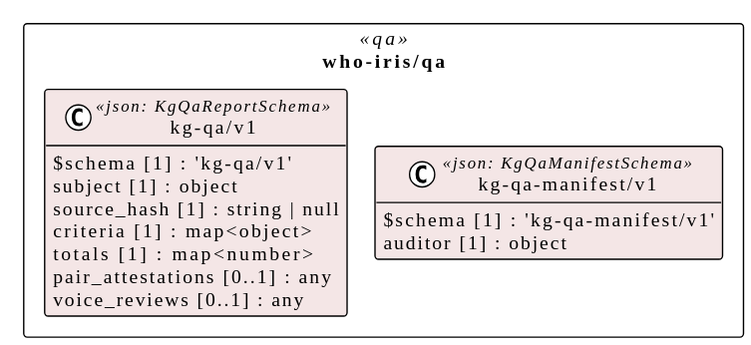
Above: assets/img/uml/overview/who-iris/qa.svg in litlfred/smart-trust (PlantUML), before the change. The source it was exported from:
```plantuml
@startuml
!pragma layout elk
!theme plain
skinparam classAttributeIconSize 0
skinparam shadowing false
skinparam packageStyle rectangle
hide empty methods

package "who-iris/qa" as pkg_who_iris_qa <<qa>> {
  class "kg-qa/v1" as who_iris_qa_kg_qa_v1_kg_qa_v1 <<json: KgQaReportSchema>> #f4e6e6 {
    $schema [1] : 'kg-qa/v1'
    subject [1] : object
    source_hash [1] : string | null
    criteria [1] : map<object>
    totals [1] : map<number>
    pair_attestations [0..1] : any
    voice_reviews [0..1] : any
  }
  class "kg-qa-manifest/v1" as who_iris_qa_kg_qa_manifest_v1_kg_qa_manifest_v1 <<json: KgQaManifestSchema>> #f4e6e6 {
    $schema [1] : 'kg-qa-manifest/v1'
    auditor [1] : object
  }
}
@enduml
```
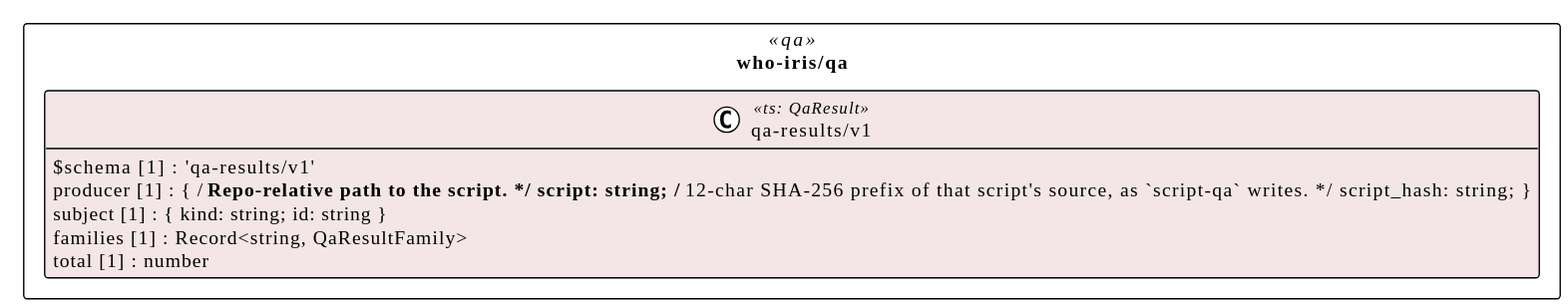
After the change.

Diff of the diagram source:
```diff
@@ -7,18 +7,12 @@
 hide empty methods
 
 package "who-iris/qa" as pkg_who_iris_qa <<qa>> {
-  class "kg-qa/v1" as who_iris_qa_kg_qa_v1_kg_qa_v1 <<json: KgQaReportSchema>> #f4e6e6 {
-    $schema [1] : 'kg-qa/v1'
-    subject [1] : object
-    source_hash [1] : string | null
-    criteria [1] : map<object>
-    totals [1] : map<number>
-    pair_attestations [0..1] : any
-    voice_reviews [0..1] : any
-  }
-  class "kg-qa-manifest/v1" as who_iris_qa_kg_qa_manifest_v1_kg_qa_manifest_v1 <<json: KgQaManifestSchema>> #f4e6e6 {
-    $schema [1] : 'kg-qa-manifest/v1'
-    auditor [1] : object
+  class "qa-results/v1" as who_iris_qa_qa_results_v1 <<ts: QaResult>> #f4e6e6 {
+    $schema [1] : 'qa-results/v1'
+    producer [1] : { /** Repo-relative path to the script. */ script: string; /** 12-char SHA-256 prefix of that script's source, as `script-qa` writes. */ script_hash: string; }
+    subject [1] : { kind: string; id: string }
+    families [1] : Record<string, QaResultFamily>
+    total [1] : number
   }
 }
 @enduml
```
